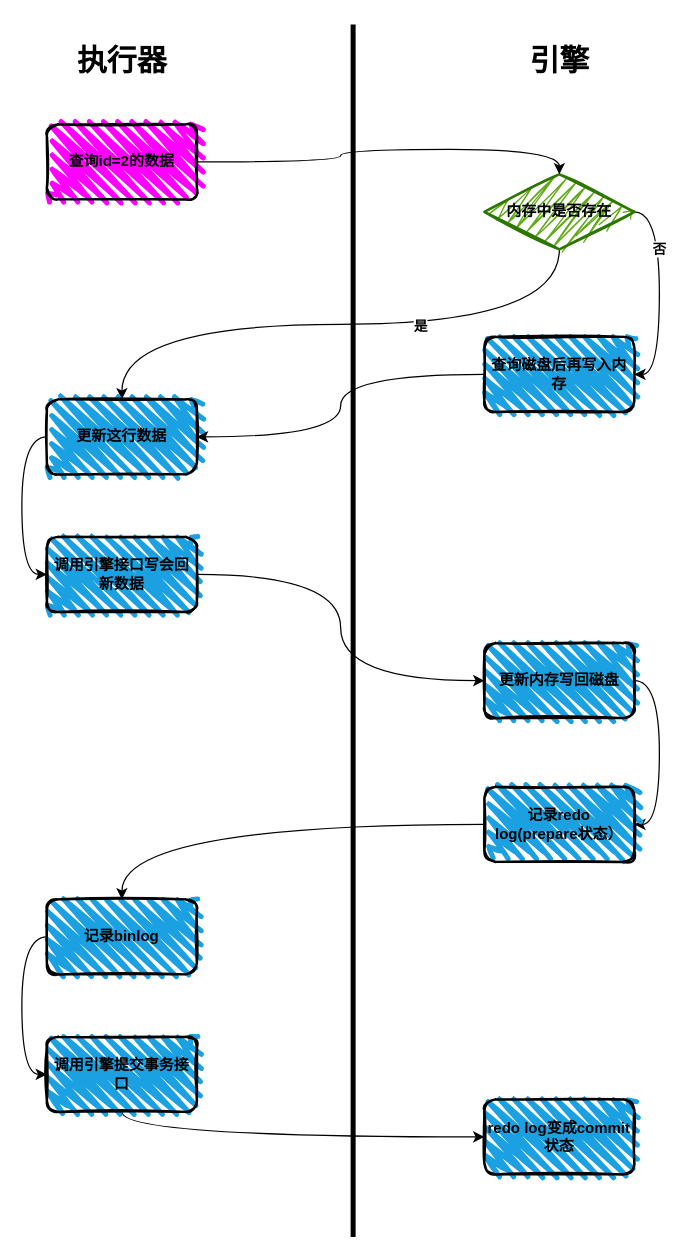
Above: Untitled Diagram.drawio in HAHARURU/note (draw.io), before the change. Source tidied: cells renumbered, new cells numbered last; positions are measured from the earlier drawing's top-left corner, leaving out a move shared by most shapes. Both pictures are drawn from the tidied source at 125%, with x=0, y=0 at pixel (46, 24).
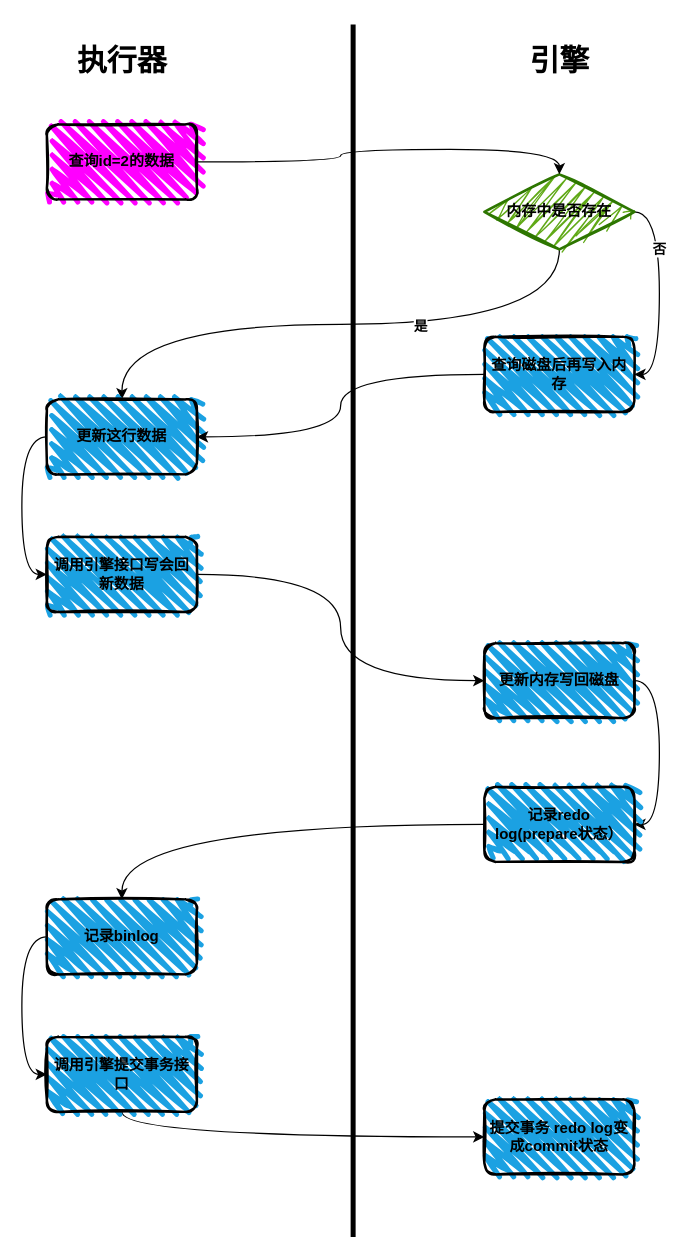
The same diagram, later.

Change to the diagram source:
```diff
@@
-    <mxCell id="26" value="&lt;b&gt;redo log变成commit状态&lt;/b&gt;" style="rounded=1;whiteSpace=wrap;html=1;strokeWidth=2;fillWeight=4;hachureGap=8;hachureAngle=45;fillColor=#1ba1e2;sketch=1;fillStyle=zigzag;shadow=0;glass=0;" parent="1" vertex="1">
+    <mxCell id="26" value="&lt;b&gt;提交事务 redo log变成commit状态&lt;/b&gt;" style="rounded=1;whiteSpace=wrap;html=1;strokeWidth=2;fillWeight=4;hachureGap=8;hachureAngle=45;fillColor=#1ba1e2;sketch=1;fillStyle=zigzag;shadow=0;glass=0;" parent="1" vertex="1">
       <mxGeometry x="350" y="860" width="120" height="60" as="geometry" />
     </mxCell>
```
